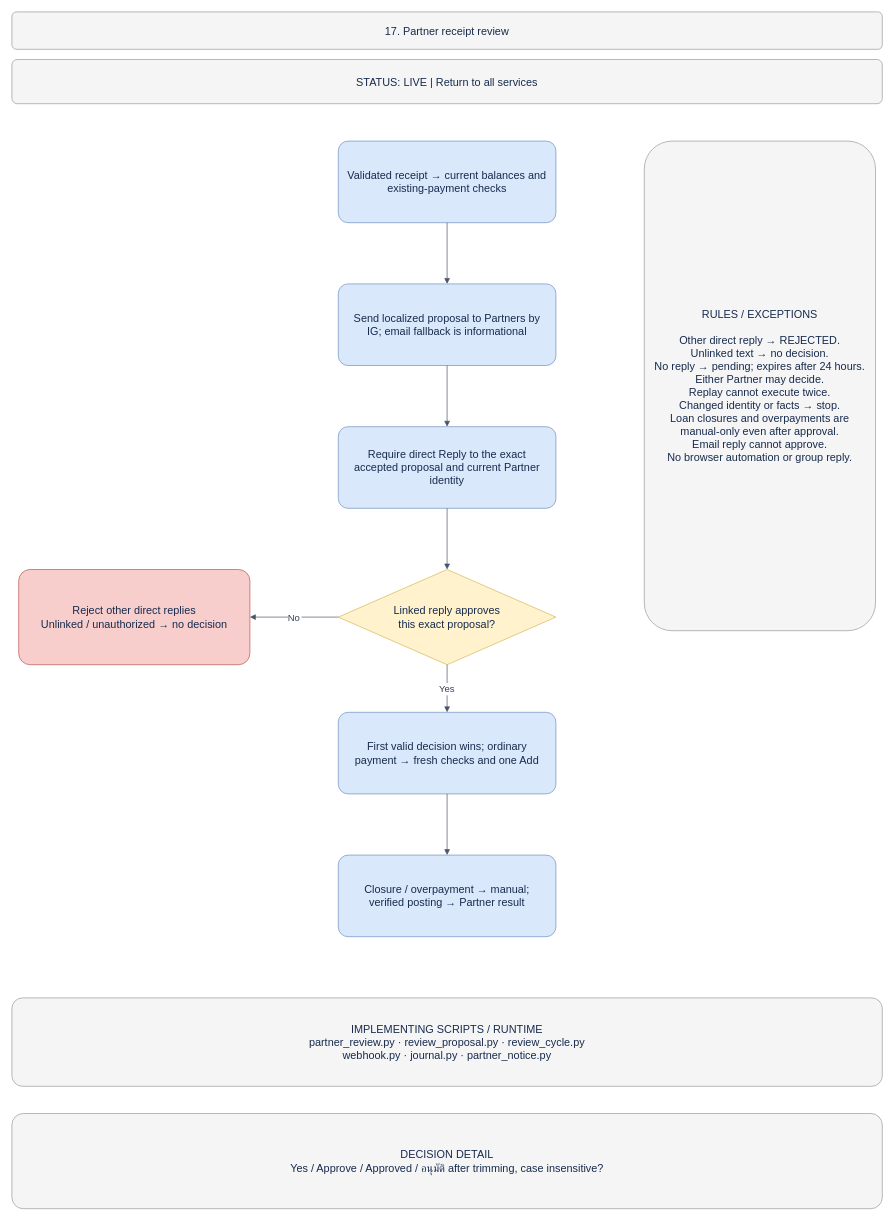
This is page "17 · Partner receipt review" (17 of 17) of docs/BUSINESS_PROCESS.drawio from welct0407/MW-Credit-App, a draw.io file, before an edit. Source tidied: cells renumbered, new cells numbered last; positions are measured from the earlier drawing's top-left corner, leaving out a move shared by most shapes. Both pictures are drawn from the tidied source at 68%, with x=0, y=0 at pixel (12, 12).
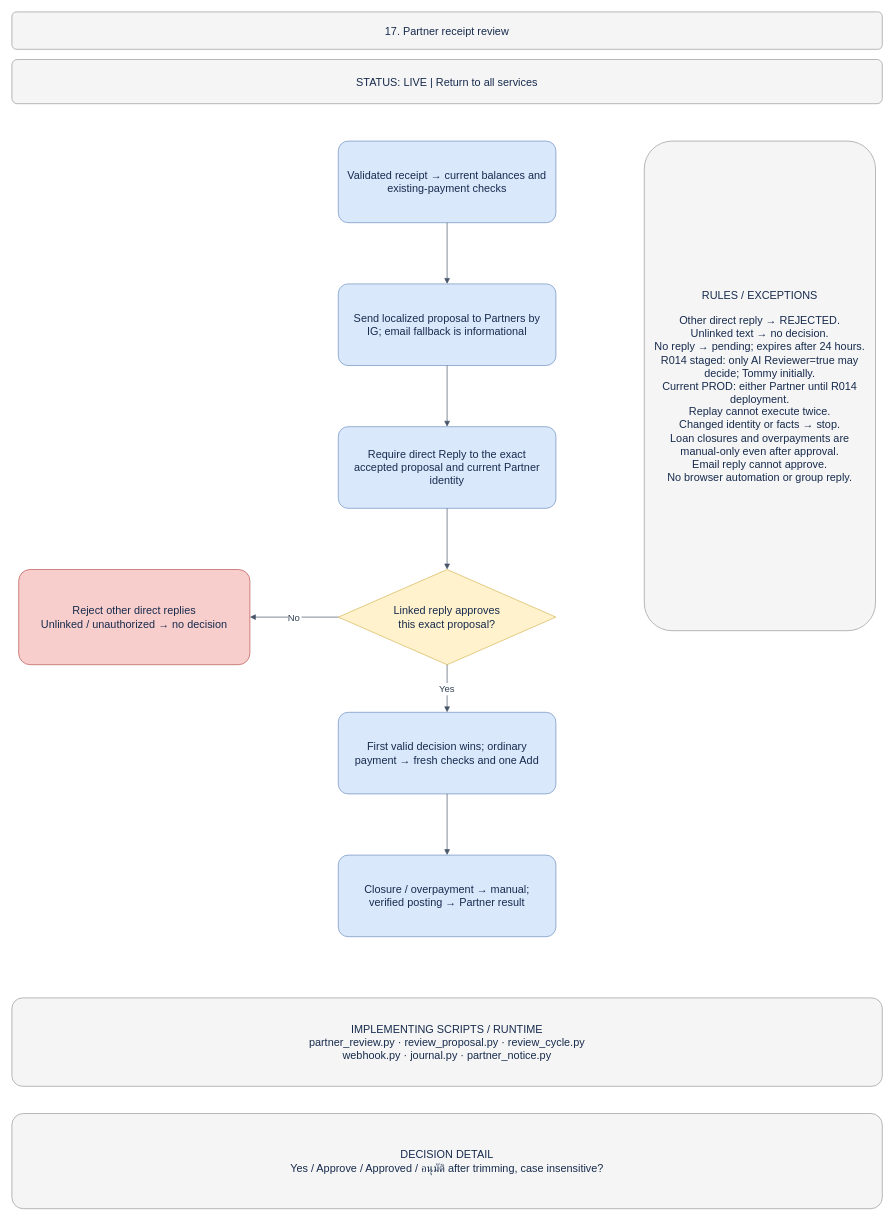
The same diagram, later.

Change to the diagram source:
```diff
@@
 <mxGraphModel>
   <root>
     <mxCell id="0" />
     <mxCell id="1" parent="0" />
     <mxCell id="2" value="17. Partner receipt review" style="rounded=1;arcSize=12;whiteSpace=wrap;html=0;fillColor=#f5f5f5;strokeColor=#999999;fontColor=#172b4d;fontSize=16;align=center;verticalAlign=middle;spacing=12;" parent="1" vertex="1">
       <mxGeometry width="1280" height="55" as="geometry" />
     </mxCell>
     <mxCell id="3" value="STATUS: LIVE  |  Return to all services" style="rounded=1;arcSize=12;whiteSpace=wrap;html=0;fillColor=#f5f5f5;strokeColor=#999999;fontColor=#172b4d;fontSize=16;align=center;verticalAlign=middle;spacing=12;" parent="1" vertex="1">
       <mxGeometry y="70" width="1280" height="65" as="geometry" />
     </mxCell>
     <mxCell id="4" value="Validated receipt → current balances and existing-payment checks" style="rounded=1;arcSize=12;whiteSpace=wrap;html=0;fillColor=#dae8fc;strokeColor=#6c8ebf;fontColor=#172b4d;fontSize=16;align=center;verticalAlign=middle;spacing=12;" parent="1" vertex="1">
       <mxGeometry x="480" y="190" width="320" height="120" as="geometry" />
     </mxCell>
     <mxCell id="5" value="Send localized proposal to Partners by IG; email fallback is informational" style="rounded=1;arcSize=12;whiteSpace=wrap;html=0;fillColor=#dae8fc;strokeColor=#6c8ebf;fontColor=#172b4d;fontSize=16;align=center;verticalAlign=middle;spacing=12;" parent="1" vertex="1">
       <mxGeometry x="480" y="400" width="320" height="120" as="geometry" />
     </mxCell>
     <mxCell id="6" style="edgeStyle=orthogonalEdgeStyle;rounded=0;jettySize=auto;html=0;endArrow=block;endFill=1;strokeColor=#475569;fontColor=#334155;fontSize=14;labelBackgroundColor=#ffffff;" parent="1" edge="1" source="4" target="5">
       <mxGeometry relative="1" as="geometry" />
     </mxCell>
     <mxCell id="7" value="Require direct Reply to the exact accepted proposal and current Partner identity" style="rounded=1;arcSize=12;whiteSpace=wrap;html=0;fillColor=#dae8fc;strokeColor=#6c8ebf;fontColor=#172b4d;fontSize=16;align=center;verticalAlign=middle;spacing=12;" parent="1" vertex="1">
       <mxGeometry x="480" y="610" width="320" height="120" as="geometry" />
     </mxCell>
     <mxCell id="8" style="edgeStyle=orthogonalEdgeStyle;rounded=0;jettySize=auto;html=0;endArrow=block;endFill=1;strokeColor=#475569;fontColor=#334155;fontSize=14;labelBackgroundColor=#ffffff;" parent="1" edge="1" source="5" target="7">
       <mxGeometry relative="1" as="geometry" />
     </mxCell>
     <mxCell id="9" value="Linked reply approves&#10;this exact proposal?" style="rhombus;whiteSpace=wrap;html=0;fillColor=#fff2cc;strokeColor=#d6b656;fontColor=#172b4d;fontSize=16;align=center;verticalAlign=middle;spacing=12;" parent="1" vertex="1">
       <mxGeometry x="480" y="820" width="320" height="140" as="geometry" />
     </mxCell>
     <mxCell id="10" style="edgeStyle=orthogonalEdgeStyle;rounded=0;jettySize=auto;html=0;endArrow=block;endFill=1;strokeColor=#475569;fontColor=#334155;fontSize=14;labelBackgroundColor=#ffffff;" parent="1" edge="1" source="7" target="9">
       <mxGeometry relative="1" as="geometry" />
     </mxCell>
     <mxCell id="11" value="First valid decision wins; ordinary payment → fresh checks and one Add" style="rounded=1;arcSize=12;whiteSpace=wrap;html=0;fillColor=#dae8fc;strokeColor=#6c8ebf;fontColor=#172b4d;fontSize=16;align=center;verticalAlign=middle;spacing=12;" parent="1" vertex="1">
       <mxGeometry x="480" y="1030" width="320" height="120" as="geometry" />
     </mxCell>
     <mxCell id="12" value="Yes" style="edgeStyle=orthogonalEdgeStyle;rounded=0;jettySize=auto;html=0;endArrow=block;endFill=1;strokeColor=#475569;fontColor=#334155;fontSize=14;labelBackgroundColor=#ffffff;" parent="1" edge="1" source="9" target="11">
       <mxGeometry relative="1" as="geometry" />
     </mxCell>
     <mxCell id="13" value="Closure / overpayment → manual; verified posting → Partner result" style="rounded=1;arcSize=12;whiteSpace=wrap;html=0;fillColor=#dae8fc;strokeColor=#6c8ebf;fontColor=#172b4d;fontSize=16;align=center;verticalAlign=middle;spacing=12;" parent="1" vertex="1">
       <mxGeometry x="480" y="1240" width="320" height="120" as="geometry" />
     </mxCell>
     <mxCell id="14" style="edgeStyle=orthogonalEdgeStyle;rounded=0;jettySize=auto;html=0;endArrow=block;endFill=1;strokeColor=#475569;fontColor=#334155;fontSize=14;labelBackgroundColor=#ffffff;" parent="1" edge="1" source="11" target="13">
       <mxGeometry relative="1" as="geometry" />
     </mxCell>
     <mxCell id="15" value="Reject other direct replies&#10;Unlinked / unauthorized → no decision" style="rounded=1;arcSize=12;whiteSpace=wrap;html=0;fillColor=#f8cecc;strokeColor=#b85450;fontColor=#172b4d;fontSize=16;align=center;verticalAlign=middle;spacing=12;" parent="1" vertex="1">
       <mxGeometry x="10" y="820" width="340" height="140" as="geometry" />
     </mxCell>
     <mxCell id="16" value="No" style="edgeStyle=orthogonalEdgeStyle;rounded=0;jettySize=auto;html=0;endArrow=block;endFill=1;strokeColor=#475569;fontColor=#334155;fontSize=14;labelBackgroundColor=#ffffff;" parent="1" edge="1" source="9" target="15">
       <mxGeometry relative="1" as="geometry" />
     </mxCell>
-    <mxCell id="17" value="RULES / EXCEPTIONS&#10;&#10;Other direct reply → REJECTED.&#10;Unlinked text → no decision.&#10;No reply → pending; expires after 24 hours.&#10;Either Partner may decide.&#10;Replay cannot execute twice.&#10;Changed identity or facts → stop.&#10;Loan closures and overpayments are manual-only even after approval.&#10;Email reply cannot approve.&#10;No browser automation or group reply." style="rounded=1;arcSize=12;whiteSpace=wrap;html=0;fillColor=#f5f5f5;strokeColor=#999999;fontColor=#172b4d;fontSize=16;align=center;verticalAlign=middle;spacing=12;" parent="1" vertex="1">
+    <mxCell id="17" value="RULES / EXCEPTIONS&#10;&#10;Other direct reply → REJECTED.&#10;Unlinked text → no decision.&#10;No reply → pending; expires after 24 hours.&#10;R014 staged: only AI Reviewer=true may decide; Tommy initially.&#10;Current PROD: either Partner until R014 deployment.&#10;Replay cannot execute twice.&#10;Changed identity or facts → stop.&#10;Loan closures and overpayments are manual-only even after approval.&#10;Email reply cannot approve.&#10;No browser automation or group reply." style="rounded=1;arcSize=12;whiteSpace=wrap;html=0;fillColor=#f5f5f5;strokeColor=#999999;fontColor=#172b4d;fontSize=16;align=center;verticalAlign=middle;spacing=12;" parent="1" vertex="1">
       <mxGeometry x="930" y="190" width="340" height="720" as="geometry" />
     </mxCell>
     <mxCell id="18" value="IMPLEMENTING SCRIPTS / RUNTIME&#10;partner_review.py · review_proposal.py · review_cycle.py&#10;webhook.py · journal.py · partner_notice.py" style="rounded=1;arcSize=12;whiteSpace=wrap;html=0;fillColor=#f5f5f5;strokeColor=#999999;fontColor=#172b4d;fontSize=16;align=center;verticalAlign=middle;spacing=12;" parent="1" vertex="1">
       <mxGeometry y="1450" width="1280" height="130" as="geometry" />
     </mxCell>
     <mxCell id="19" value="DECISION DETAIL&#10;Yes / Approve / Approved / อนุมัติ after trimming, case insensitive?" style="rounded=1;arcSize=12;whiteSpace=wrap;html=0;fillColor=#f5f5f5;strokeColor=#999999;fontColor=#172b4d;fontSize=16;align=center;verticalAlign=middle;spacing=12;" parent="1" vertex="1">
       <mxGeometry y="1620" width="1280" height="140" as="geometry" />
     </mxCell>
   </root>
 </mxGraphModel>
```
